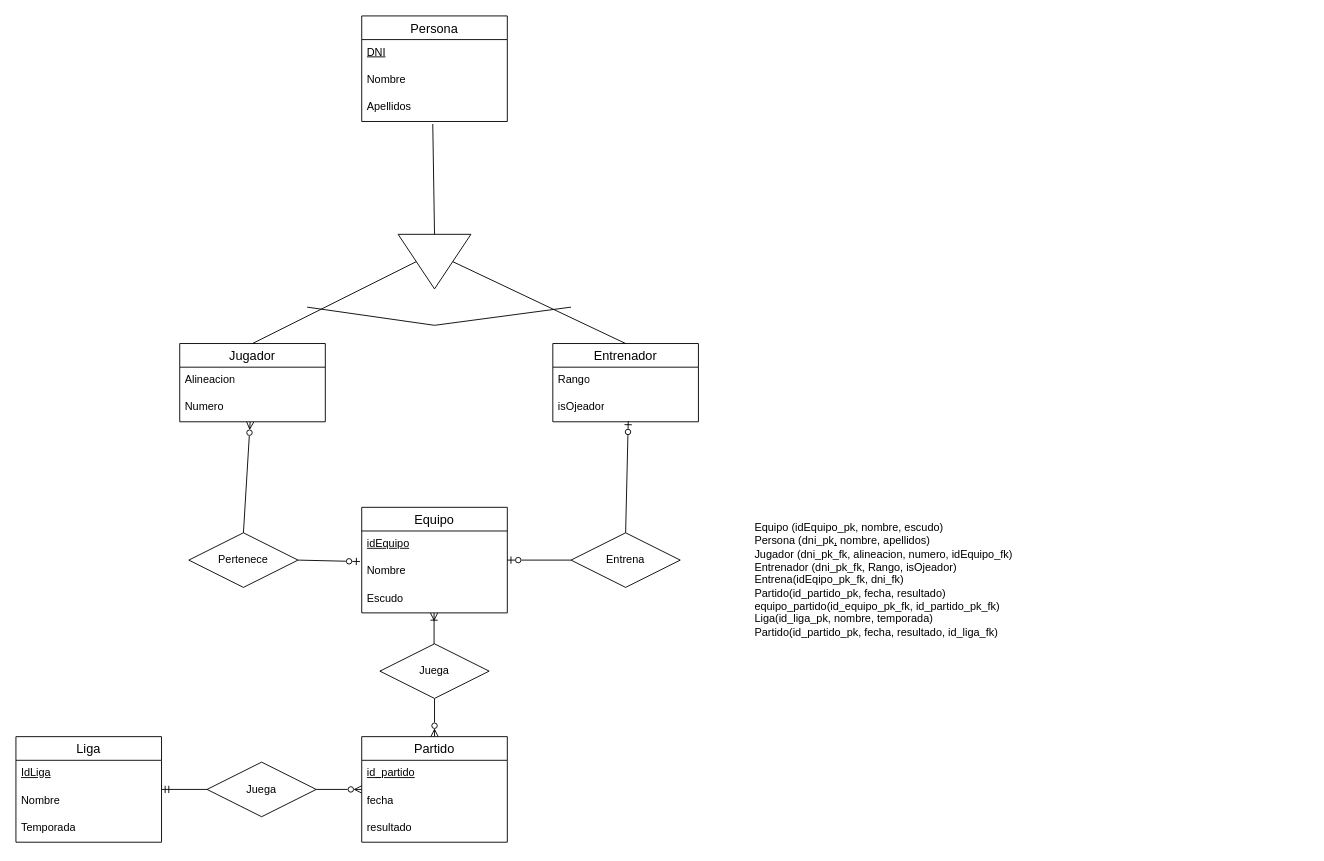
AlejandroCara/acr-tsys-modeloER-drawio-1110 keeps this draw.io diagram as TA12Ej10.drawio. Above is the earlier version. Source tidied: cells renumbered, new cells numbered last; positions are measured from the earlier drawing's top-left corner, leaving out a move shared by most shapes. Both pictures are drawn from the tidied source at 91%, with x=0, y=0 at pixel (15, 15).
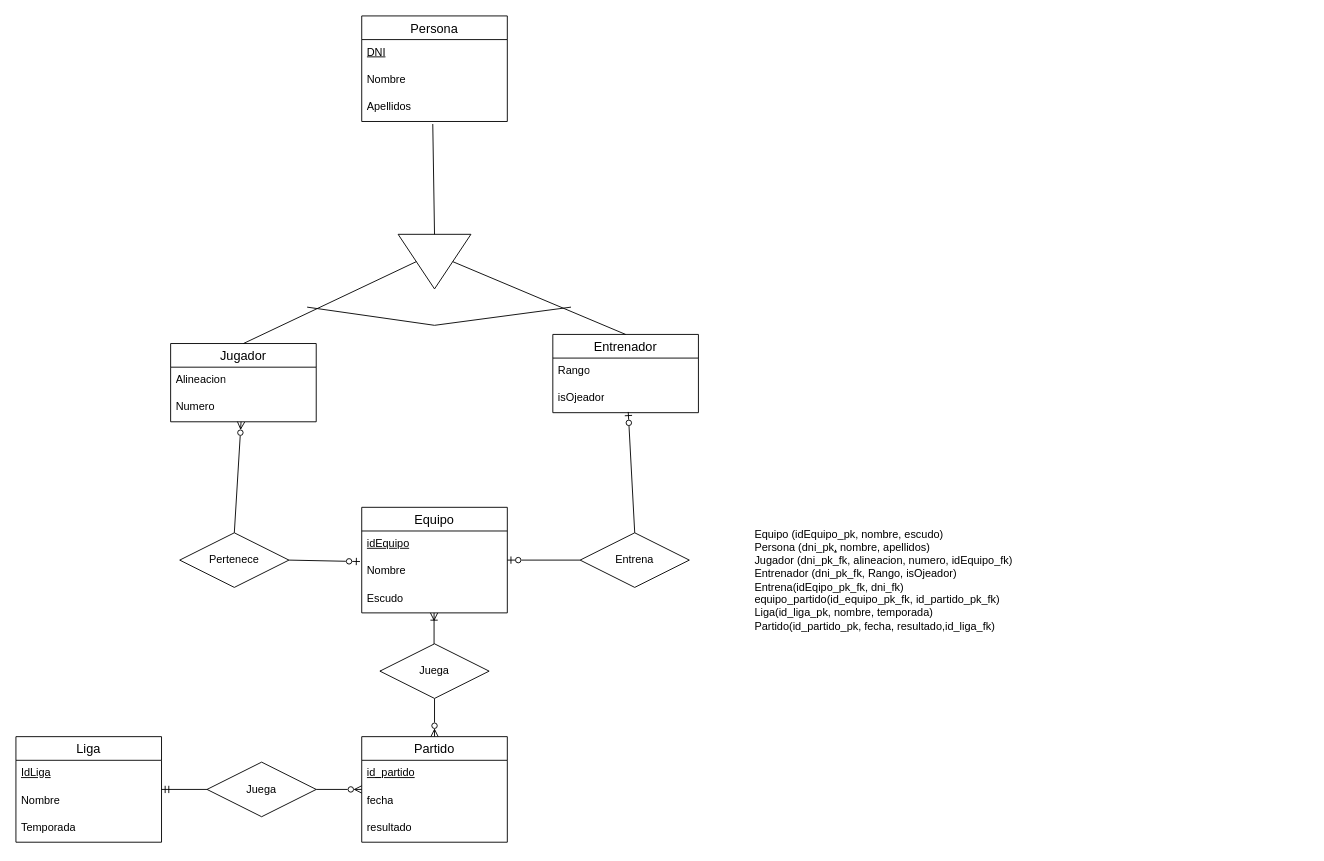
The same page after the edit.

Commit message:
ELIMINADA UNA TABLA TA12Ej10.drawio

Diff of the diagram source:
```diff
@@
     <mxCell id="2" value="Jugador" style="swimlane;fontStyle=0;horizontal=1;startSize=26;align=center;fontSize=14;" parent="1" vertex="1">
-      <mxGeometry x="180" y="360" width="160" height="86" as="geometry" />
+      <mxGeometry x="170" y="360" width="160" height="86" as="geometry" />
     </mxCell>
@@
     <mxCell id="9" value="Entrenador" style="swimlane;fontStyle=0;horizontal=1;startSize=26;align=center;fontSize=14;" parent="1" vertex="1">
-      <mxGeometry x="590" y="360" width="160" height="86" as="geometry" />
+      <mxGeometry x="590" y="350" width="160" height="86" as="geometry" />
     </mxCell>
@@
     <mxCell id="21" value="Pertenece" style="shape=rhombus;perimeter=rhombusPerimeter;whiteSpace=wrap;html=1;align=center;" parent="1" vertex="1">
-      <mxGeometry x="190" y="568" width="120" height="60" as="geometry" />
+      <mxGeometry x="180" y="568" width="120" height="60" as="geometry" />
     </mxCell>
     <mxCell id="22" value="Entrena" style="shape=rhombus;perimeter=rhombusPerimeter;whiteSpace=wrap;html=1;align=center;" parent="1" vertex="1">
-      <mxGeometry x="610" y="568" width="120" height="60" as="geometry" />
+      <mxGeometry x="620" y="568" width="120" height="60" as="geometry" />
     </mxCell>
@@
-    <mxCell id="28" value="Equipo (idEquipo_pk, nombre, escudo)&lt;br style=&quot;border-color: var(--border-color);&quot;&gt;Persona (dni_pk&lt;u&gt;,&lt;/u&gt; nombre, apellidos)&lt;br&gt;Jugador (dni_pk_fk, alineacion, numero, idEquipo_fk)&lt;br&gt;Entrenador (dni_pk_fk, Rango, isOjeador)&lt;br&gt;Entrena(idEqipo_pk_fk, dni_fk)&lt;br&gt;Partido(id_partido_pk, fecha, resultado)&lt;br&gt;equipo_partido(id_equipo_pk_fk, id_partido_pk_fk)&lt;br&gt;Liga(id_liga_pk, nombre, temporada)&lt;br&gt;Partido(id_partido_pk, fecha, resultado, id_liga_fk)" style="text;html=1;strokeColor=none;fillColor=none;align=left;verticalAlign=middle;whiteSpace=wrap;rounded=0;" parent="1" vertex="1">
+    <mxCell id="28" value="Equipo (idEquipo_pk, nombre, escudo)&lt;br style=&quot;border-color: var(--border-color);&quot;&gt;Persona (dni_pk&lt;u&gt;,&lt;/u&gt; nombre, apellidos)&lt;br&gt;Jugador (dni_pk_fk, alineacion, numero, idEquipo_fk)&lt;br&gt;Entrenador (dni_pk_fk, Rango, isOjeador)&lt;br&gt;Entrena(idEqipo_pk_fk, dni_fk)&lt;br&gt;equipo_partido(id_equipo_pk_fk, id_partido_pk_fk)&lt;br&gt;&lt;div&gt;Liga(id_liga_pk, nombre, temporada)&lt;/div&gt;&lt;div&gt;Partido(id_partido_pk, fecha, resultado,id_liga_fk)&lt;/div&gt;" style="text;html=1;strokeColor=none;fillColor=none;align=left;verticalAlign=middle;whiteSpace=wrap;rounded=0;" parent="1" vertex="1">
       <mxGeometry x="810" y="410" width="610" height="420" as="geometry" />
     </mxCell>
```
